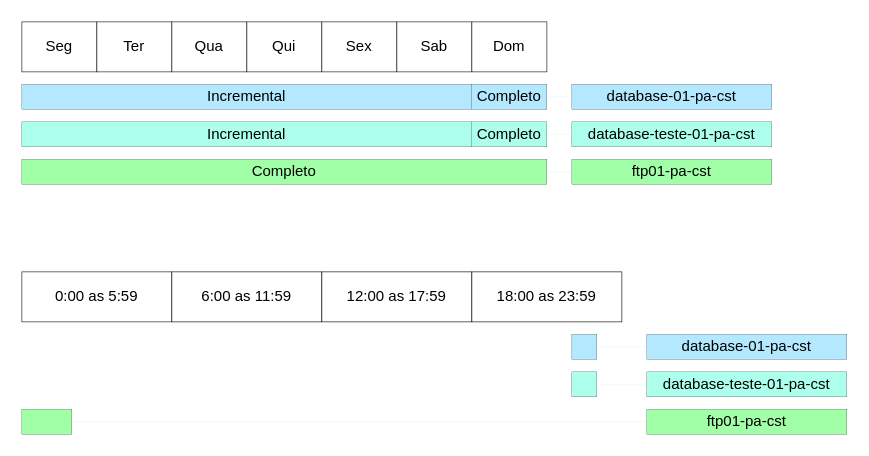
Above: diagrams/urbackup.drawio in joao-prs/topologia (draw.io), before the change. Source tidied: cells renumbered, new cells numbered last; positions are measured from the earlier drawing's top-left corner, leaving out a move shared by most shapes. Both pictures are drawn from the tidied source at 125%, with x=0, y=0 at pixel (21, 21).
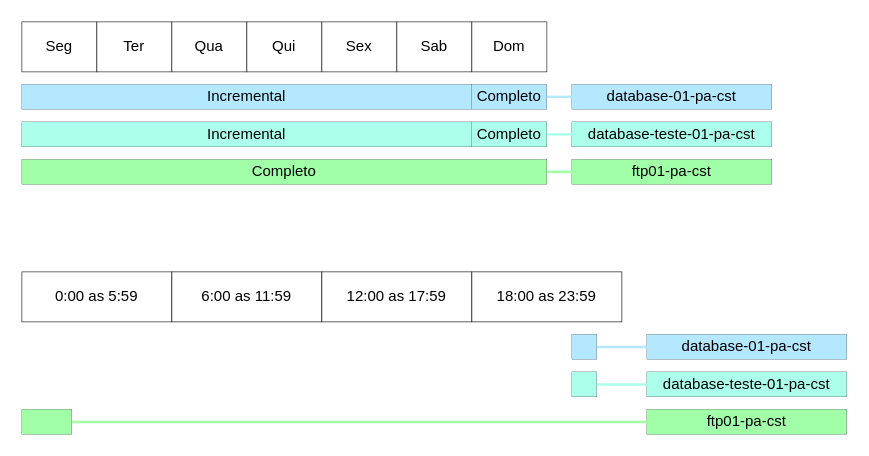
The same diagram, later.

Unchanged cells that the change refers to:
```xml
<mxCell id="6" style="rounded=0;whiteSpace=wrap;html=1;strokeColor=#141414;strokeWidth=0.2;fillColor=#B3E8FF;" parent="1" vertex="1">
  <mxGeometry x="440" y="250" width="20" height="20" as="geometry" />
</mxCell>
<mxCell id="7" value="database-01-pa-cst" style="rounded=0;whiteSpace=wrap;html=1;strokeColor=#141414;strokeWidth=0.2;fillColor=#B3E8FF;" parent="1" vertex="1">
  <mxGeometry x="500" y="250" width="160" height="20" as="geometry" />
</mxCell>
<mxCell id="8" style="rounded=0;whiteSpace=wrap;html=1;strokeColor=#141414;strokeWidth=0.2;fillColor=#ABFFEB;" parent="1" vertex="1">
  <mxGeometry x="440" y="280" width="20" height="20" as="geometry" />
</mxCell>
<mxCell id="9" value="database-teste-01-pa-cst" style="rounded=0;whiteSpace=wrap;html=1;strokeColor=#141414;strokeWidth=0.2;fillColor=#ABFFEB;" parent="1" vertex="1">
  <mxGeometry x="500" y="280" width="160" height="20" as="geometry" />
</mxCell>
<mxCell id="10" style="rounded=0;whiteSpace=wrap;html=1;strokeColor=#141414;strokeWidth=0.2;fillColor=#A1FFA7;" parent="1" vertex="1">
  <mxGeometry y="310" width="40" height="20" as="geometry" />
</mxCell>
<mxCell id="11" value="ftp01-pa-cst" style="rounded=0;whiteSpace=wrap;html=1;strokeColor=#141414;strokeWidth=0.2;fillColor=#A1FFA7;" parent="1" vertex="1">
  <mxGeometry x="500" y="310" width="160" height="20" as="geometry" />
</mxCell>
<mxCell id="22" value="Completo" style="rounded=0;whiteSpace=wrap;html=1;strokeColor=#141414;strokeWidth=0.2;fillColor=#A1FFA7;" parent="1" vertex="1">
  <mxGeometry y="110" width="420" height="20" as="geometry" />
</mxCell>
<mxCell id="23" value="ftp01-pa-cst" style="rounded=0;whiteSpace=wrap;html=1;strokeColor=#141414;strokeWidth=0.2;fillColor=#A1FFA7;" parent="1" vertex="1">
  <mxGeometry x="440" y="110" width="160" height="20" as="geometry" />
</mxCell>
<mxCell id="25" value="Completo" style="rounded=0;whiteSpace=wrap;html=1;strokeColor=#141414;strokeWidth=0.2;fillColor=#ABFFEB;" parent="1" vertex="1">
  <mxGeometry x="360" y="80" width="60" height="20" as="geometry" />
</mxCell>
<mxCell id="26" value="database-teste-01-pa-cst" style="rounded=0;whiteSpace=wrap;html=1;strokeColor=#141414;strokeWidth=0.2;fillColor=#ABFFEB;" parent="1" vertex="1">
  <mxGeometry x="440" y="80" width="160" height="20" as="geometry" />
</mxCell>
<mxCell id="28" value="Completo" style="rounded=0;whiteSpace=wrap;html=1;strokeColor=#141414;strokeWidth=0.2;fillColor=#B3E8FF;" parent="1" vertex="1">
  <mxGeometry x="360" y="50" width="60" height="20" as="geometry" />
</mxCell>
<mxCell id="29" value="database-01-pa-cst" style="rounded=0;whiteSpace=wrap;html=1;strokeColor=#141414;strokeWidth=0.2;fillColor=#B3E8FF;" parent="1" vertex="1">
  <mxGeometry x="440" y="50" width="160" height="20" as="geometry" />
</mxCell>
```

Diff of the diagram source:
```diff
@@
-    <mxCell id="12" style="endArrow=none;html=1;rounded=0;exitX=1;exitY=0.5;exitDx=0;exitDy=0;entryX=0;entryY=0.5;entryDx=0;entryDy=0;strokeColor=#A1FFA7;strokeWidth=0.2;" parent="1" edge="1" source="10" target="11">
+    <mxCell id="12" style="endArrow=none;html=1;rounded=0;exitX=1;exitY=0.5;exitDx=0;exitDy=0;entryX=0;entryY=0.5;entryDx=0;entryDy=0;strokeColor=#A1FFA7;strokeWidth=2;" parent="1" edge="1" source="10" target="11">
       <mxGeometry relative="1" as="geometry" />
     </mxCell>
-    <mxCell id="13" style="endArrow=none;html=1;rounded=0;strokeColor=#ABFFEB;entryX=0;entryY=0.5;entryDx=0;entryDy=0;exitX=1;exitY=0.5;exitDx=0;exitDy=0;strokeWidth=0.2;" parent="1" edge="1" source="8" target="9">
+    <mxCell id="13" style="endArrow=none;html=1;rounded=0;strokeColor=#ABFFEB;entryX=0;entryY=0.5;entryDx=0;entryDy=0;exitX=1;exitY=0.5;exitDx=0;exitDy=0;strokeWidth=2;" parent="1" edge="1" source="8" target="9">
       <mxGeometry relative="1" as="geometry" />
     </mxCell>
-    <mxCell id="14" style="endArrow=none;html=1;rounded=0;strokeColor=#B3E8FF;entryX=0;entryY=0.5;entryDx=0;entryDy=0;exitX=1;exitY=0.5;exitDx=0;exitDy=0;strokeWidth=0.2;" parent="1" edge="1" source="6" target="7">
+    <mxCell id="14" style="endArrow=none;html=1;rounded=0;strokeColor=#B3E8FF;entryX=0;entryY=0.5;entryDx=0;entryDy=0;exitX=1;exitY=0.5;exitDx=0;exitDy=0;strokeWidth=2;" parent="1" edge="1" source="6" target="7">
       <mxGeometry relative="1" as="geometry" />
     </mxCell>
@@
-    <mxCell id="24" style="endArrow=none;html=1;rounded=0;exitX=1;exitY=0.5;exitDx=0;exitDy=0;entryX=0;entryY=0.5;entryDx=0;entryDy=0;strokeColor=#A1FFA7;strokeWidth=0.2;" parent="1" edge="1" source="22" target="23">
+    <mxCell id="24" style="endArrow=none;html=1;rounded=0;exitX=1;exitY=0.5;exitDx=0;exitDy=0;entryX=0;entryY=0.5;entryDx=0;entryDy=0;strokeColor=#A1FFA7;strokeWidth=2;" parent="1" edge="1" source="22" target="23">
       <mxGeometry relative="1" as="geometry" />
     </mxCell>
@@
-    <mxCell id="27" style="endArrow=none;html=1;rounded=0;strokeColor=#ABFFEB;entryX=0;entryY=0.5;entryDx=0;entryDy=0;exitX=1;exitY=0.5;exitDx=0;exitDy=0;strokeWidth=0.2;" parent="1" edge="1" source="25" target="26">
+    <mxCell id="27" style="endArrow=none;html=1;rounded=0;strokeColor=#ABFFEB;entryX=0;entryY=0.5;entryDx=0;entryDy=0;exitX=1;exitY=0.5;exitDx=0;exitDy=0;strokeWidth=2;" parent="1" edge="1" source="25" target="26">
       <mxGeometry relative="1" as="geometry" />
     </mxCell>
@@
-    <mxCell id="30" style="endArrow=none;html=1;rounded=0;strokeColor=#B3E8FF;entryX=0;entryY=0.5;entryDx=0;entryDy=0;exitX=1;exitY=0.5;exitDx=0;exitDy=0;strokeWidth=0.2;" parent="1" edge="1" source="28" target="29">
+    <mxCell id="30" style="endArrow=none;html=1;rounded=0;strokeColor=#B3E8FF;entryX=0;entryY=0.5;entryDx=0;entryDy=0;exitX=1;exitY=0.5;exitDx=0;exitDy=0;strokeWidth=2;" parent="1" edge="1" source="28" target="29">
       <mxGeometry relative="1" as="geometry" />
     </mxCell>
```
